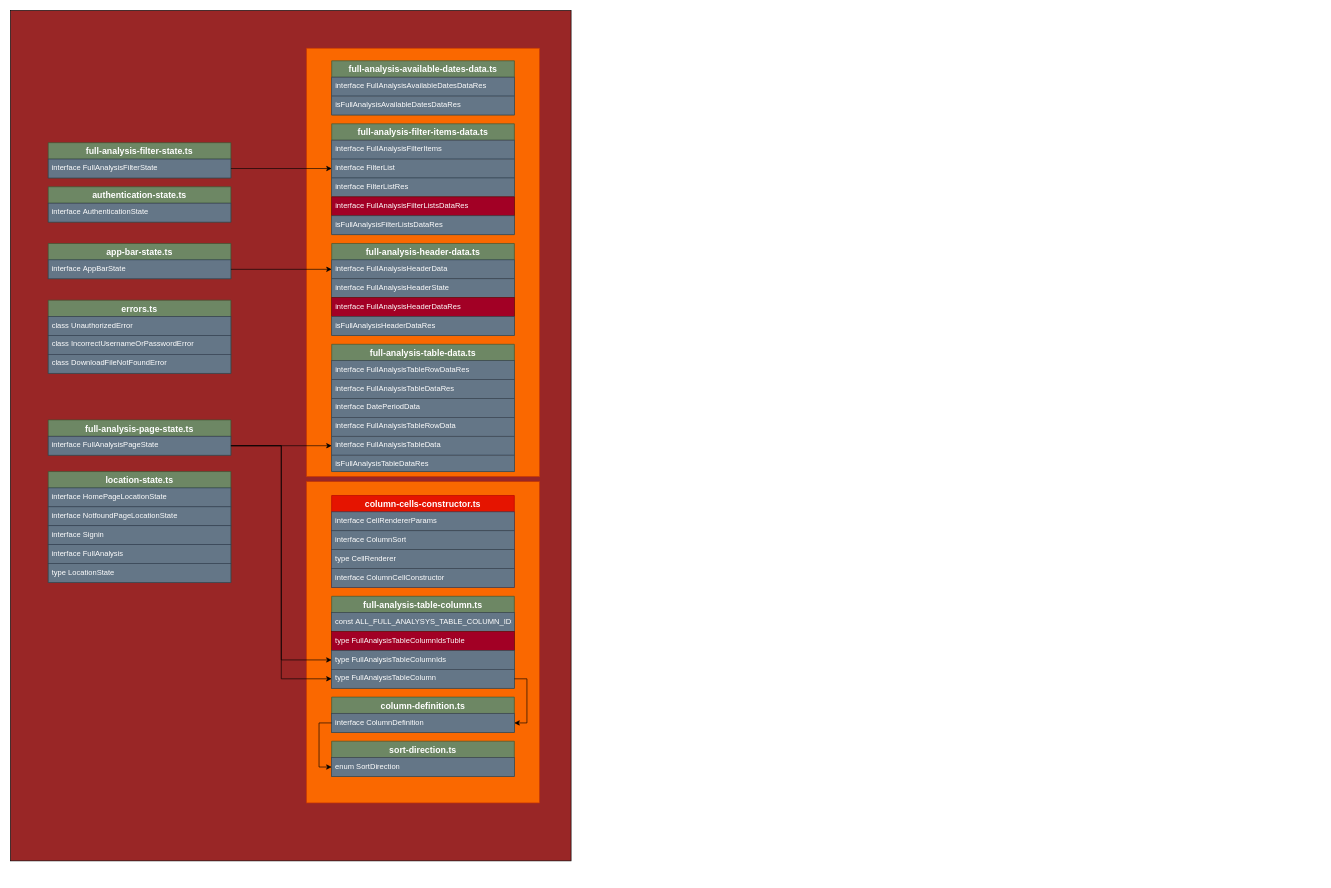
Above: extend_maplabo.drawio in prangk/cat (draw.io), before the change. Source tidied: cells renumbered, new cells numbered last; positions are measured from the earlier drawing's top-left corner, leaving out a move shared by most shapes. Both pictures are drawn from the tidied source at 63%, with x=0, y=0 at pixel (10, 10).
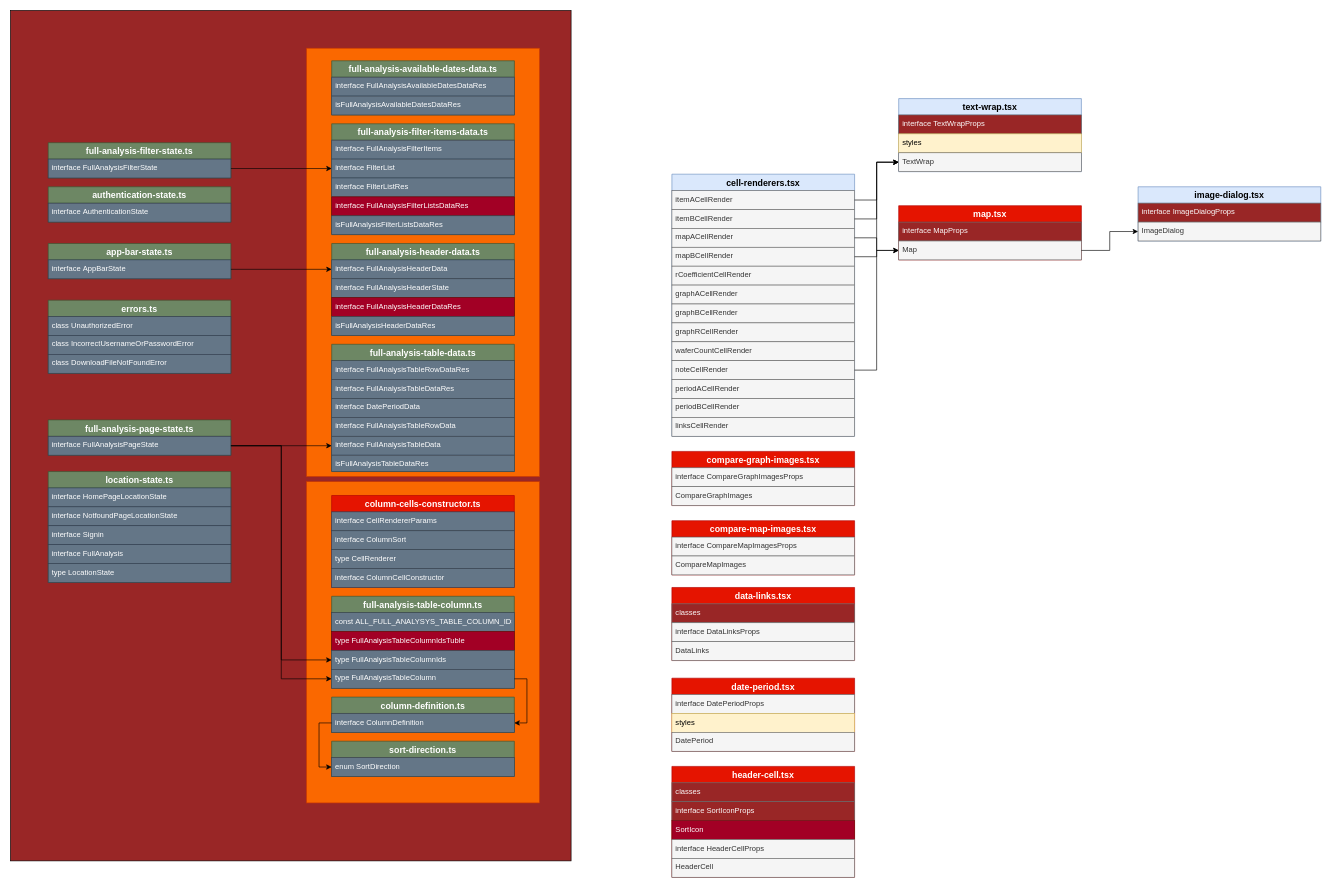
After the change.

Change to the diagram source:
```diff
@@
+    <mxCell id="65" value="cell-renderers.tsx" style="swimlane;fontStyle=1;horizontal=1;startSize=26;align=center;fontSize=14;fillColor=#dae8fc;strokeColor=#6c8ebf;" parent="1" vertex="1">
+      <mxGeometry x="1050" y="260" width="290" height="416" as="geometry" />
+    </mxCell>
+    <mxCell id="66" value="itemACellRender" style="text;strokeColor=#666666;spacingLeft=4;spacingRight=4;overflow=hidden;points=[[0,0.5],[1,0.5]];portConstraint=eastwest;fontSize=12;fillColor=#f5f5f5;fontColor=#333333;" parent="65" vertex="1">
+      <mxGeometry y="26" width="290" height="30" as="geometry" />
+    </mxCell>
+    <mxCell id="67" value="itemBCellRender" style="text;strokeColor=#666666;spacingLeft=4;spacingRight=4;overflow=hidden;points=[[0,0.5],[1,0.5]];portConstraint=eastwest;fontSize=12;fillColor=#f5f5f5;fontColor=#333333;" parent="65" vertex="1">
+      <mxGeometry y="56" width="290" height="30" as="geometry" />
+    </mxCell>
+    <mxCell id="68" value="mapACellRender" style="text;strokeColor=#666666;fillColor=#f5f5f5;spacingLeft=4;spacingRight=4;overflow=hidden;points=[[0,0.5],[1,0.5]];portConstraint=eastwest;fontSize=12;fontColor=#333333;" parent="65" vertex="1">
+      <mxGeometry y="86" width="290" height="30" as="geometry" />
+    </mxCell>
+    <mxCell id="69" value="mapBCellRender" style="text;strokeColor=#666666;fillColor=#f5f5f5;spacingLeft=4;spacingRight=4;overflow=hidden;points=[[0,0.5],[1,0.5]];portConstraint=eastwest;fontSize=12;fontColor=#333333;" parent="65" vertex="1">
+      <mxGeometry y="116" width="290" height="30" as="geometry" />
+    </mxCell>
+    <mxCell id="70" value="rCoefficientCellRender" style="text;strokeColor=#666666;fillColor=#f5f5f5;spacingLeft=4;spacingRight=4;overflow=hidden;fontSize=12;fontColor=#333333;" parent="65" vertex="1">
+      <mxGeometry y="146" width="290" height="30" as="geometry" />
+    </mxCell>
+    <mxCell id="71" value="graphACellRender" style="text;strokeColor=#666666;fillColor=#f5f5f5;spacingLeft=4;spacingRight=4;overflow=hidden;fontSize=12;fontColor=#333333;" parent="65" vertex="1">
+      <mxGeometry y="176" width="290" height="30" as="geometry" />
+    </mxCell>
+    <mxCell id="72" value="graphBCellRender" style="text;strokeColor=#666666;fillColor=#f5f5f5;spacingLeft=4;spacingRight=4;overflow=hidden;fontSize=12;fontColor=#333333;" parent="65" vertex="1">
+      <mxGeometry y="206" width="290" height="30" as="geometry" />
+    </mxCell>
+    <mxCell id="73" value="graphRCellRender" style="text;strokeColor=#666666;fillColor=#f5f5f5;spacingLeft=4;spacingRight=4;overflow=hidden;fontSize=12;fontColor=#333333;" parent="65" vertex="1">
+      <mxGeometry y="236" width="290" height="30" as="geometry" />
+    </mxCell>
+    <mxCell id="74" value="waferCountCellRender" style="text;strokeColor=#666666;fillColor=#f5f5f5;spacingLeft=4;spacingRight=4;overflow=hidden;fontSize=12;fontColor=#333333;" parent="65" vertex="1">
+      <mxGeometry y="266" width="290" height="30" as="geometry" />
+    </mxCell>
+    <mxCell id="75" value="noteCellRender" style="text;strokeColor=#666666;fillColor=#f5f5f5;spacingLeft=4;spacingRight=4;overflow=hidden;points=[[0,0.5],[1,0.5]];portConstraint=eastwest;fontSize=12;fontColor=#333333;" parent="65" vertex="1">
+      <mxGeometry y="296" width="290" height="30" as="geometry" />
+    </mxCell>
+    <mxCell id="76" value="periodACellRender" style="text;strokeColor=#666666;fillColor=#f5f5f5;spacingLeft=4;spacingRight=4;overflow=hidden;fontSize=12;fontColor=#333333;" parent="65" vertex="1">
+      <mxGeometry y="326" width="290" height="30" as="geometry" />
+    </mxCell>
+    <mxCell id="77" value="periodBCellRender" style="text;strokeColor=#666666;fillColor=#f5f5f5;spacingLeft=4;spacingRight=4;overflow=hidden;fontSize=12;fontColor=#333333;" parent="65" vertex="1">
+      <mxGeometry y="356" width="290" height="30" as="geometry" />
+    </mxCell>
+    <mxCell id="78" value="linksCellRender" style="text;strokeColor=#666666;fillColor=#f5f5f5;spacingLeft=4;spacingRight=4;overflow=hidden;fontSize=12;fontColor=#333333;" parent="65" vertex="1">
+      <mxGeometry y="386" width="290" height="30" as="geometry" />
+    </mxCell>
+    <mxCell id="79" value="compare-graph-images.tsx" style="swimlane;fontStyle=1;horizontal=1;startSize=26;align=center;fontSize=14;fillColor=#e51400;strokeColor=#B20000;fontColor=#ffffff;" parent="1" vertex="1">
+      <mxGeometry x="1050" y="700" width="290" height="86" as="geometry" />
+    </mxCell>
+    <mxCell id="80" value="interface CompareGraphImagesProps" style="text;strokeColor=#666666;fillColor=#f5f5f5;spacingLeft=4;spacingRight=4;overflow=hidden;fontSize=12;fontColor=#333333;" parent="79" vertex="1">
+      <mxGeometry y="26" width="290" height="30" as="geometry" />
+    </mxCell>
+    <mxCell id="81" value="CompareGraphImages" style="text;strokeColor=#666666;fillColor=#f5f5f5;spacingLeft=4;spacingRight=4;overflow=hidden;fontSize=12;fontColor=#333333;" parent="79" vertex="1">
+      <mxGeometry y="56" width="290" height="30" as="geometry" />
+    </mxCell>
+    <mxCell id="82" value="compare-map-images.tsx" style="swimlane;fontStyle=1;horizontal=1;startSize=26;align=center;fontSize=14;fillColor=#e51400;strokeColor=#B20000;fontColor=#ffffff;" parent="1" vertex="1">
+      <mxGeometry x="1050" y="810" width="290" height="86" as="geometry" />
+    </mxCell>
+    <mxCell id="83" value="interface CompareMapImagesProps" style="text;strokeColor=#666666;fillColor=#f5f5f5;spacingLeft=4;spacingRight=4;overflow=hidden;fontSize=12;fontColor=#333333;" parent="82" vertex="1">
+      <mxGeometry y="26" width="290" height="30" as="geometry" />
+    </mxCell>
+    <mxCell id="84" value="CompareMapImages" style="text;strokeColor=#666666;fillColor=#f5f5f5;spacingLeft=4;spacingRight=4;overflow=hidden;fontSize=12;fontColor=#333333;" parent="82" vertex="1">
+      <mxGeometry y="56" width="290" height="30" as="geometry" />
+    </mxCell>
+    <mxCell id="85" value="data-links.tsx" style="swimlane;fontStyle=1;horizontal=1;startSize=26;align=center;fontSize=14;fillColor=#e51400;strokeColor=#B20000;fontColor=#ffffff;" parent="1" vertex="1">
+      <mxGeometry x="1050" y="916" width="290" height="116" as="geometry" />
+    </mxCell>
+    <mxCell id="86" value="classes" style="text;strokeColor=#666666;spacingLeft=4;spacingRight=4;overflow=hidden;fontSize=12;fillColor=#992626;fontColor=#FCFCFC;" parent="85" vertex="1">
+      <mxGeometry y="26" width="290" height="30" as="geometry" />
+    </mxCell>
+    <mxCell id="87" value="interface DataLinksProps" style="text;strokeColor=#666666;spacingLeft=4;spacingRight=4;overflow=hidden;fontSize=12;fillColor=#f5f5f5;fontColor=#333333;" parent="85" vertex="1">
+      <mxGeometry y="56" width="290" height="30" as="geometry" />
+    </mxCell>
+    <mxCell id="88" value="DataLinks" style="text;strokeColor=#666666;fillColor=#f5f5f5;spacingLeft=4;spacingRight=4;overflow=hidden;fontSize=12;fontColor=#333333;" parent="85" vertex="1">
+      <mxGeometry y="86" width="290" height="30" as="geometry" />
+    </mxCell>
+    <mxCell id="89" value="date-period.tsx" style="swimlane;fontStyle=1;horizontal=1;startSize=26;align=center;fontSize=14;fillColor=#e51400;strokeColor=#B20000;fontColor=#ffffff;" parent="1" vertex="1">
+      <mxGeometry x="1050" y="1060" width="290" height="116" as="geometry" />
+    </mxCell>
+    <mxCell id="90" value="interface DatePeriodProps" style="text;strokeColor=#666666;spacingLeft=4;spacingRight=4;overflow=hidden;fontSize=12;fillColor=#f5f5f5;fontColor=#333333;" parent="89" vertex="1">
+      <mxGeometry y="26" width="290" height="30" as="geometry" />
+    </mxCell>
+    <mxCell id="91" value="styles" style="text;strokeColor=#d6b656;fillColor=#fff2cc;spacingLeft=4;spacingRight=4;overflow=hidden;fontSize=12;" parent="89" vertex="1">
+      <mxGeometry y="56" width="290" height="30" as="geometry" />
+    </mxCell>
+    <mxCell id="92" value="DatePeriod" style="text;strokeColor=#666666;fillColor=#f5f5f5;spacingLeft=4;spacingRight=4;overflow=hidden;fontSize=12;fontColor=#333333;" parent="89" vertex="1">
+      <mxGeometry y="86" width="290" height="30" as="geometry" />
+    </mxCell>
+    <mxCell id="93" value="header-cell.tsx" style="swimlane;fontStyle=1;horizontal=1;startSize=26;align=center;fontSize=14;fillColor=#e51400;strokeColor=#B20000;fontColor=#ffffff;" parent="1" vertex="1">
+      <mxGeometry x="1050" y="1200" width="290" height="176" as="geometry" />
+    </mxCell>
+    <mxCell id="94" value="classes" style="text;strokeColor=#666666;spacingLeft=4;spacingRight=4;overflow=hidden;fontSize=12;fillColor=#992626;fontColor=#FCFCFC;" parent="93" vertex="1">
+      <mxGeometry y="26" width="290" height="30" as="geometry" />
+    </mxCell>
+    <mxCell id="95" value="interface SortIconProps" style="text;strokeColor=#666666;spacingLeft=4;spacingRight=4;overflow=hidden;fontSize=12;fillColor=#992626;fontColor=#FCFCFC;" parent="93" vertex="1">
+      <mxGeometry y="56" width="290" height="30" as="geometry" />
+    </mxCell>
+    <mxCell id="96" value="SortIcon" style="text;strokeColor=#6F0000;fillColor=#a20025;spacingLeft=4;spacingRight=4;overflow=hidden;fontSize=12;fontColor=#ffffff;" parent="93" vertex="1">
+      <mxGeometry y="86" width="290" height="30" as="geometry" />
+    </mxCell>
+    <mxCell id="97" value="interface HeaderCellProps" style="text;strokeColor=#666666;fillColor=#f5f5f5;spacingLeft=4;spacingRight=4;overflow=hidden;fontSize=12;fontColor=#333333;" parent="93" vertex="1">
+      <mxGeometry y="116" width="290" height="30" as="geometry" />
+    </mxCell>
+    <mxCell id="98" value="HeaderCell" style="text;strokeColor=#666666;fillColor=#f5f5f5;spacingLeft=4;spacingRight=4;overflow=hidden;fontSize=12;fontColor=#333333;" parent="93" vertex="1">
+      <mxGeometry y="146" width="290" height="30" as="geometry" />
+    </mxCell>
+    <mxCell id="99" value="image-dialog.tsx" style="swimlane;fontStyle=1;horizontal=1;startSize=26;align=center;fontSize=14;fillColor=#dae8fc;strokeColor=#6c8ebf;" parent="1" vertex="1">
+      <mxGeometry x="1790" y="280" width="290" height="86" as="geometry" />
+    </mxCell>
+    <mxCell id="100" value="interface ImageDialogProps" style="text;strokeColor=#666666;spacingLeft=4;spacingRight=4;overflow=hidden;fontSize=12;fillColor=#992626;fontColor=#FCFCFC;" parent="99" vertex="1">
+      <mxGeometry y="26" width="290" height="30" as="geometry" />
+    </mxCell>
+    <mxCell id="101" value="ImageDialog" style="text;strokeColor=#666666;fillColor=#f5f5f5;spacingLeft=4;spacingRight=4;overflow=hidden;points=[[0,0.5],[1,0.5]];portConstraint=eastwest;fontSize=12;fontColor=#333333;" parent="99" vertex="1">
+      <mxGeometry y="56" width="290" height="30" as="geometry" />
+    </mxCell>
+    <mxCell id="102" value="map.tsx" style="swimlane;fontStyle=1;horizontal=1;startSize=26;align=center;fontSize=14;fillColor=#e51400;strokeColor=#B20000;fontColor=#ffffff;" parent="1" vertex="1">
+      <mxGeometry x="1410" y="310" width="290" height="86" as="geometry" />
+    </mxCell>
+    <mxCell id="103" value="interface MapProps" style="text;strokeColor=#666666;spacingLeft=4;spacingRight=4;overflow=hidden;fontSize=12;fillColor=#992626;fontColor=#FCFCFC;" parent="102" vertex="1">
+      <mxGeometry y="26" width="290" height="30" as="geometry" />
+    </mxCell>
+    <mxCell id="104" value="Map" style="text;strokeColor=#666666;fillColor=#f5f5f5;spacingLeft=4;spacingRight=4;overflow=hidden;points=[[0,0.5],[1,0.5]];portConstraint=eastwest;fontSize=12;fontColor=#333333;" parent="102" vertex="1">
+      <mxGeometry y="56" width="290" height="30" as="geometry" />
+    </mxCell>
+    <mxCell id="105" value="text-wrap.tsx" style="swimlane;fontStyle=1;horizontal=1;startSize=26;align=center;fontSize=14;fillColor=#dae8fc;strokeColor=#6c8ebf;" parent="1" vertex="1">
+      <mxGeometry x="1410" y="140" width="290" height="116" as="geometry" />
+    </mxCell>
+    <mxCell id="106" value="interface TextWrapProps" style="text;strokeColor=#666666;spacingLeft=4;spacingRight=4;overflow=hidden;fontSize=12;fillColor=#992626;fontColor=#FCFCFC;" parent="105" vertex="1">
+      <mxGeometry y="26" width="290" height="30" as="geometry" />
+    </mxCell>
+    <mxCell id="107" value="styles" style="text;strokeColor=#d6b656;fillColor=#fff2cc;spacingLeft=4;spacingRight=4;overflow=hidden;fontSize=12;" parent="105" vertex="1">
+      <mxGeometry y="56" width="290" height="30" as="geometry" />
+    </mxCell>
+    <mxCell id="108" value="TextWrap" style="text;strokeColor=#666666;fillColor=#f5f5f5;spacingLeft=4;spacingRight=4;overflow=hidden;points=[[0,0.5],[1,0.5]];portConstraint=eastwest;fontSize=12;fontColor=#333333;" parent="105" vertex="1">
+      <mxGeometry y="86" width="290" height="30" as="geometry" />
+    </mxCell>
+    <mxCell id="109" style="edgeStyle=orthogonalEdgeStyle;rounded=0;jettySize=auto;html=1;entryX=0;entryY=0.5;entryDx=0;entryDy=0;" parent="1" edge="1" source="66" target="108">
+      <mxGeometry relative="1" as="geometry" />
+    </mxCell>
+    <mxCell id="110" style="edgeStyle=orthogonalEdgeStyle;rounded=0;jettySize=auto;html=1;" parent="1" edge="1" source="67" target="108">
+      <mxGeometry relative="1" as="geometry" />
+    </mxCell>
+    <mxCell id="111" style="edgeStyle=orthogonalEdgeStyle;rounded=0;jettySize=auto;html=1;" parent="1" edge="1" source="75" target="108">
+      <mxGeometry relative="1" as="geometry" />
+    </mxCell>
+    <mxCell id="112" style="edgeStyle=orthogonalEdgeStyle;rounded=0;jettySize=auto;html=1;entryX=0;entryY=0.5;entryDx=0;entryDy=0;" parent="1" edge="1" source="104" target="101">
+      <mxGeometry relative="1" as="geometry" />
+    </mxCell>
+    <mxCell id="113" style="edgeStyle=orthogonalEdgeStyle;rounded=0;jettySize=auto;html=1;" parent="1" edge="1" source="68" target="104">
+      <mxGeometry relative="1" as="geometry" />
+    </mxCell>
+    <mxCell id="114" style="edgeStyle=orthogonalEdgeStyle;rounded=0;jettySize=auto;html=1;" parent="1" edge="1" source="69" target="104">
+      <mxGeometry relative="1" as="geometry" />
+    </mxCell>
```
